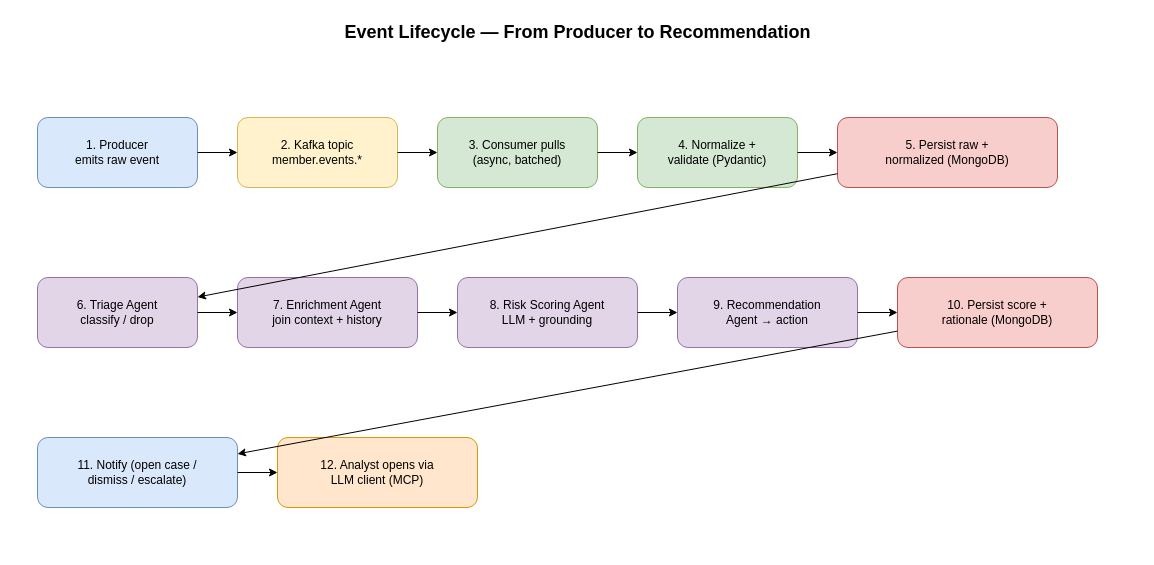
This is page "4. Event Lifecycle" (4 of 5) of Docs/Design/architecture.drawio from javakishore-veleti/Member-Event-Stream-Agent, a draw.io file, before an edit. Source tidied: cells renumbered, new cells numbered last; positions are measured from the earlier drawing's top-left corner, leaving out a move shared by most shapes. Both pictures are drawn from the tidied source at 100%, with x=0, y=0 at pixel (37, 17).
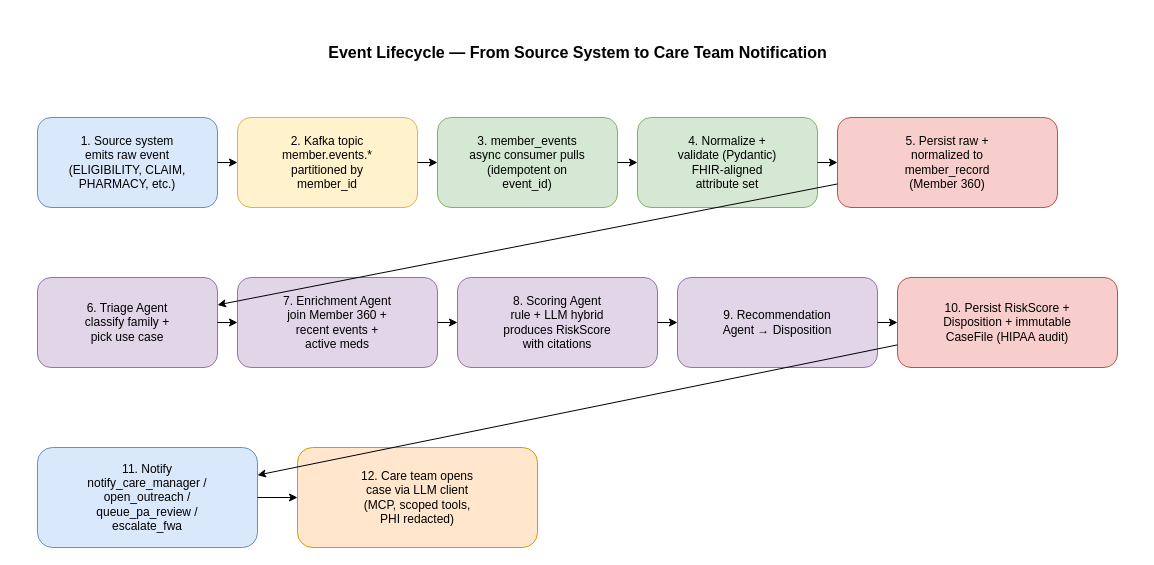
After the change.

The edit, as a diff of the source:
```diff
@@
-    <mxCell id="2" value="Event Lifecycle — From Producer to Recommendation" style="text;html=1;align=center;verticalAlign=middle;fontSize=18;fontStyle=1;" parent="1" vertex="1">
-      <mxGeometry width="1080" height="30" as="geometry" />
+    <mxCell id="2" value="Event Lifecycle — From Source System to Care Team Notification" style="text;html=1;align=center;verticalAlign=middle;fontSize=16;fontStyle=1;" parent="1" vertex="1">
+      <mxGeometry x="-20" y="20" width="1120" height="30" as="geometry" />
     </mxCell>
-    <mxCell id="3" value="1. Producer&#10;emits raw event" style="rounded=1;whiteSpace=wrap;html=1;fillColor=#dae8fc;strokeColor=#6c8ebf;" parent="1" vertex="1">
-      <mxGeometry y="100" width="160" height="70" as="geometry" />
+    <mxCell id="3" value="1. Source system&#10;emits raw event&#10;(ELIGIBILITY, CLAIM,&#10;PHARMACY, etc.)" style="rounded=1;whiteSpace=wrap;html=1;fillColor=#dae8fc;strokeColor=#6c8ebf;" parent="1" vertex="1">
+      <mxGeometry y="100" width="180" height="90" as="geometry" />
     </mxCell>
-    <mxCell id="4" value="2. Kafka topic&#10;member.events.*" style="rounded=1;whiteSpace=wrap;html=1;fillColor=#fff2cc;strokeColor=#d6b656;" parent="1" vertex="1">
-      <mxGeometry x="200" y="100" width="160" height="70" as="geometry" />
+    <mxCell id="4" value="2. Kafka topic&#10;member.events.*&#10;partitioned by&#10;member_id" style="rounded=1;whiteSpace=wrap;html=1;fillColor=#fff2cc;strokeColor=#d6b656;" parent="1" vertex="1">
+      <mxGeometry x="200" y="100" width="180" height="90" as="geometry" />
     </mxCell>
-    <mxCell id="5" value="3. Consumer pulls&#10;(async, batched)" style="rounded=1;whiteSpace=wrap;html=1;fillColor=#d5e8d4;strokeColor=#82b366;" parent="1" vertex="1">
-      <mxGeometry x="400" y="100" width="160" height="70" as="geometry" />
+    <mxCell id="5" value="3. member_events&#10;async consumer pulls&#10;(idempotent on&#10;event_id)" style="rounded=1;whiteSpace=wrap;html=1;fillColor=#d5e8d4;strokeColor=#82b366;" parent="1" vertex="1">
+      <mxGeometry x="400" y="100" width="180" height="90" as="geometry" />
     </mxCell>
-    <mxCell id="6" value="4. Normalize +&#10;validate (Pydantic)" style="rounded=1;whiteSpace=wrap;html=1;fillColor=#d5e8d4;strokeColor=#82b366;" parent="1" vertex="1">
-      <mxGeometry x="600" y="100" width="160" height="70" as="geometry" />
+    <mxCell id="6" value="4. Normalize +&#10;validate (Pydantic)&#10;FHIR-aligned&#10;attribute set" style="rounded=1;whiteSpace=wrap;html=1;fillColor=#d5e8d4;strokeColor=#82b366;" parent="1" vertex="1">
+      <mxGeometry x="600" y="100" width="180" height="90" as="geometry" />
     </mxCell>
-    <mxCell id="7" value="5. Persist raw +&#10;normalized (MongoDB)" style="rounded=1;whiteSpace=wrap;html=1;fillColor=#f8cecc;strokeColor=#b85450;" parent="1" vertex="1">
-      <mxGeometry x="800" y="100" width="220" height="70" as="geometry" />
+    <mxCell id="7" value="5. Persist raw +&#10;normalized to&#10;member_record&#10;(Member 360)" style="rounded=1;whiteSpace=wrap;html=1;fillColor=#f8cecc;strokeColor=#b85450;" parent="1" vertex="1">
+      <mxGeometry x="800" y="100" width="220" height="90" as="geometry" />
     </mxCell>
-    <mxCell id="8" value="6. Triage Agent&#10;classify / drop" style="rounded=1;whiteSpace=wrap;html=1;fillColor=#e1d5e7;strokeColor=#9673a6;" parent="1" vertex="1">
-      <mxGeometry y="260" width="160" height="70" as="geometry" />
+    <mxCell id="8" value="6. Triage Agent&#10;classify family +&#10;pick use case" style="rounded=1;whiteSpace=wrap;html=1;fillColor=#e1d5e7;strokeColor=#9673a6;" parent="1" vertex="1">
+      <mxGeometry y="260" width="180" height="90" as="geometry" />
     </mxCell>
-    <mxCell id="9" value="7. Enrichment Agent&#10;join context + history" style="rounded=1;whiteSpace=wrap;html=1;fillColor=#e1d5e7;strokeColor=#9673a6;" parent="1" vertex="1">
-      <mxGeometry x="200" y="260" width="180" height="70" as="geometry" />
+    <mxCell id="9" value="7. Enrichment Agent&#10;join Member 360 +&#10;recent events +&#10;active meds" style="rounded=1;whiteSpace=wrap;html=1;fillColor=#e1d5e7;strokeColor=#9673a6;" parent="1" vertex="1">
+      <mxGeometry x="200" y="260" width="200" height="90" as="geometry" />
     </mxCell>
-    <mxCell id="10" value="8. Risk Scoring Agent&#10;LLM + grounding" style="rounded=1;whiteSpace=wrap;html=1;fillColor=#e1d5e7;strokeColor=#9673a6;" parent="1" vertex="1">
-      <mxGeometry x="420" y="260" width="180" height="70" as="geometry" />
+    <mxCell id="10" value="8. Scoring Agent&#10;rule + LLM hybrid&#10;produces RiskScore&#10;with citations" style="rounded=1;whiteSpace=wrap;html=1;fillColor=#e1d5e7;strokeColor=#9673a6;" parent="1" vertex="1">
+      <mxGeometry x="420" y="260" width="200" height="90" as="geometry" />
     </mxCell>
-    <mxCell id="11" value="9. Recommendation&#10;Agent → action" style="rounded=1;whiteSpace=wrap;html=1;fillColor=#e1d5e7;strokeColor=#9673a6;" parent="1" vertex="1">
-      <mxGeometry x="640" y="260" width="180" height="70" as="geometry" />
+    <mxCell id="11" value="9. Recommendation&#10;Agent → Disposition" style="rounded=1;whiteSpace=wrap;html=1;fillColor=#e1d5e7;strokeColor=#9673a6;" parent="1" vertex="1">
+      <mxGeometry x="640" y="260" width="200" height="90" as="geometry" />
     </mxCell>
-    <mxCell id="12" value="10. Persist score +&#10;rationale (MongoDB)" style="rounded=1;whiteSpace=wrap;html=1;fillColor=#f8cecc;strokeColor=#b85450;" parent="1" vertex="1">
-      <mxGeometry x="860" y="260" width="200" height="70" as="geometry" />
+    <mxCell id="12" value="10. Persist RiskScore +&#10;Disposition + immutable&#10;CaseFile (HIPAA audit)" style="rounded=1;whiteSpace=wrap;html=1;fillColor=#f8cecc;strokeColor=#b85450;" parent="1" vertex="1">
+      <mxGeometry x="860" y="260" width="220" height="90" as="geometry" />
     </mxCell>
-    <mxCell id="13" value="11. Notify (open case /&#10;dismiss / escalate)" style="rounded=1;whiteSpace=wrap;html=1;fillColor=#dae8fc;strokeColor=#6c8ebf;" parent="1" vertex="1">
-      <mxGeometry y="420" width="200" height="70" as="geometry" />
+    <mxCell id="13" value="11. Notify&#10;notify_care_manager /&#10;open_outreach /&#10;queue_pa_review /&#10;escalate_fwa" style="rounded=1;whiteSpace=wrap;html=1;fillColor=#dae8fc;strokeColor=#6c8ebf;" parent="1" vertex="1">
+      <mxGeometry y="430" width="220" height="100" as="geometry" />
     </mxCell>
-    <mxCell id="14" value="12. Analyst opens via&#10;LLM client (MCP)" style="rounded=1;whiteSpace=wrap;html=1;fillColor=#ffe6cc;strokeColor=#d79b00;" parent="1" vertex="1">
-      <mxGeometry x="240" y="420" width="200" height="70" as="geometry" />
+    <mxCell id="14" value="12. Care team opens&#10;case via LLM client&#10;(MCP, scoped tools,&#10;PHI redacted)" style="rounded=1;whiteSpace=wrap;html=1;fillColor=#ffe6cc;strokeColor=#d79b00;" parent="1" vertex="1">
+      <mxGeometry x="260" y="430" width="240" height="100" as="geometry" />
     </mxCell>
```
